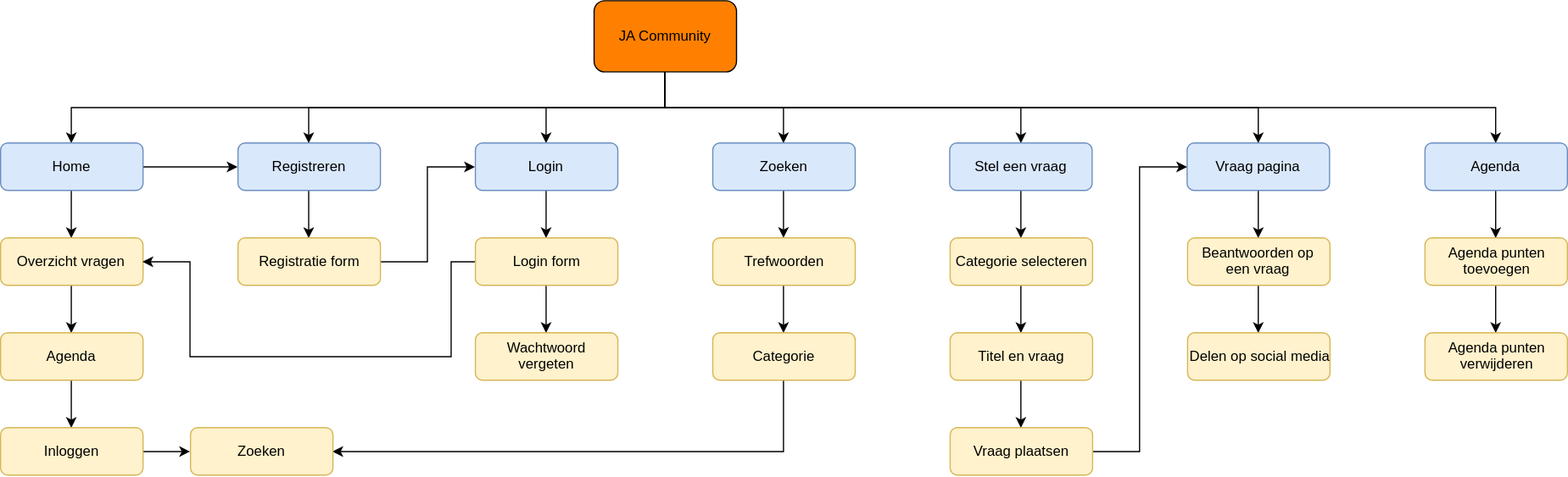
This is docs/Flowchart.svg from LimitedDani/My-Band-Project, a draw.io export, as it was before one commit. Source tidied: cells renumbered, new cells last; positions are measured from the earlier drawing's top-left corner, leaving out a move shared by most shapes.
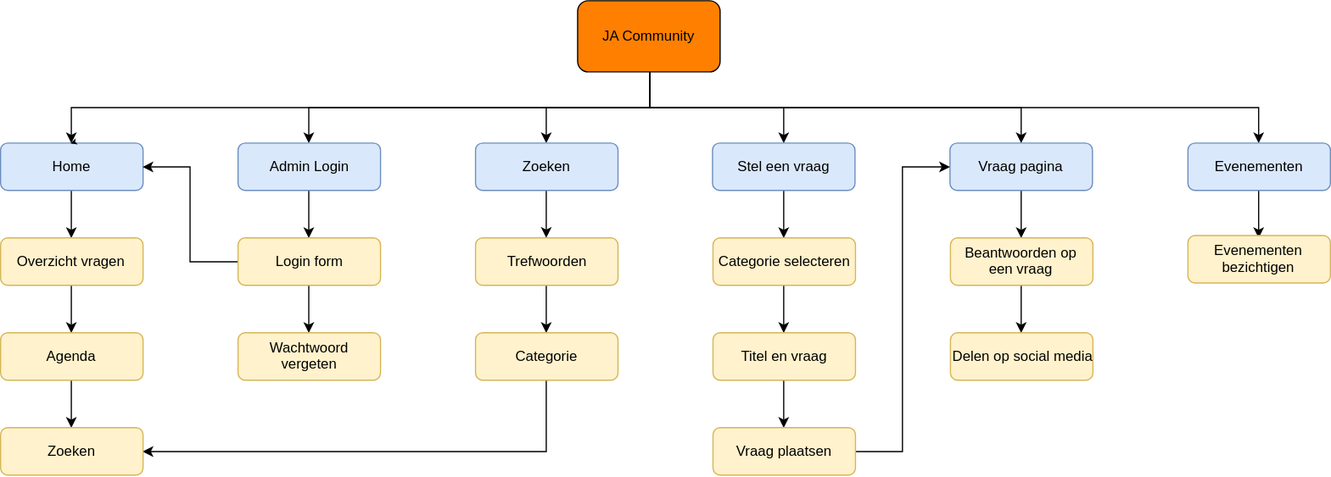
The same file after the commit.

Diff of the diagram source:
```diff
@@ -5,9 +5,6 @@
     <mxCell id="2" style="edgeStyle=orthogonalEdgeStyle;rounded=0;html=1;exitX=0.5;exitY=1;entryX=0.5;entryY=0;jettySize=auto;" parent="1" edge="1" source="9" target="12">
       <mxGeometry relative="1" as="geometry" />
     </mxCell>
-    <mxCell id="3" style="edgeStyle=orthogonalEdgeStyle;rounded=0;html=1;exitX=0.5;exitY=1;entryX=0.5;entryY=0;jettySize=auto;" parent="1" edge="1" source="9" target="14">
-      <mxGeometry relative="1" as="geometry" />
-    </mxCell>
     <mxCell id="4" style="edgeStyle=orthogonalEdgeStyle;rounded=0;html=1;exitX=0.5;exitY=1;entryX=0.5;entryY=0;jettySize=auto;" parent="1" edge="1" source="9" target="16">
       <mxGeometry relative="1" as="geometry" />
     </mxCell>
@@ -24,27 +21,18 @@
       <mxGeometry relative="1" as="geometry" />
     </mxCell>
     <mxCell id="9" value="JA Community" style="rounded=1;whiteSpace=wrap;html=1;fillColor=#FF8000;" parent="1" vertex="1">
-      <mxGeometry x="500" width="120" height="60" as="geometry" />
+      <mxGeometry x="686" width="120" height="60" as="geometry" />
     </mxCell>
     <mxCell id="10" style="edgeStyle=orthogonalEdgeStyle;rounded=0;html=1;exitX=0.5;exitY=1;entryX=0.5;entryY=0;jettySize=auto;" parent="1" edge="1" source="12" target="22">
       <mxGeometry relative="1" as="geometry" />
     </mxCell>
-    <mxCell id="11" style="edgeStyle=orthogonalEdgeStyle;rounded=0;html=1;exitX=1;exitY=0.5;entryX=0;entryY=0.5;jettySize=auto;" parent="1" edge="1" source="12" target="14">
-      <mxGeometry relative="1" as="geometry" />
-    </mxCell>
     <mxCell id="12" value="Home" style="rounded=1;whiteSpace=wrap;html=1;fillColor=#dae8fc;strokeColor=#6c8ebf;" parent="1" vertex="1">
-      <mxGeometry y="120" width="120" height="40" as="geometry" />
+      <mxGeometry x="200" y="120" width="120" height="40" as="geometry" />
     </mxCell>
-    <mxCell id="13" style="edgeStyle=orthogonalEdgeStyle;rounded=0;html=1;exitX=0.5;exitY=1;entryX=0.5;entryY=0;jettySize=auto;" parent="1" edge="1" source="14" target="28">
-      <mxGeometry relative="1" as="geometry" />
-    </mxCell>
-    <mxCell id="14" value="Registreren" style="rounded=1;whiteSpace=wrap;html=1;fillColor=#dae8fc;strokeColor=#6c8ebf;" parent="1" vertex="1">
-      <mxGeometry x="200" y="120" width="120" height="40" as="geometry" />
-    </mxCell>
     <mxCell id="15" style="edgeStyle=orthogonalEdgeStyle;rounded=0;html=1;entryX=0.5;entryY=0;jettySize=auto;" parent="1" edge="1" source="16" target="32">
       <mxGeometry relative="1" as="geometry" />
     </mxCell>
-    <mxCell id="16" value="Login" style="rounded=1;whiteSpace=wrap;html=1;fillColor=#dae8fc;strokeColor=#6c8ebf;" parent="1" vertex="1">
+    <mxCell id="16" value="Admin Login" style="rounded=1;whiteSpace=wrap;html=1;fillColor=#dae8fc;strokeColor=#6c8ebf;" parent="1" vertex="1">
       <mxGeometry x="400" y="120" width="120" height="40" as="geometry" />
     </mxCell>
     <mxCell id="17" style="edgeStyle=orthogonalEdgeStyle;rounded=0;html=1;exitX=0.5;exitY=1;jettySize=auto;" parent="1" edge="1" source="18" target="34">
@@ -63,42 +51,26 @@
       <mxGeometry relative="1" as="geometry" />
     </mxCell>
     <mxCell id="22" value="Overzicht vragen" style="rounded=1;whiteSpace=wrap;html=1;fillColor=#fff2cc;strokeColor=#d6b656;" parent="1" vertex="1">
-      <mxGeometry y="200" width="120" height="40" as="geometry" />
+      <mxGeometry x="200" y="200" width="120" height="40" as="geometry" />
     </mxCell>
-    <mxCell id="23" style="edgeStyle=orthogonalEdgeStyle;rounded=0;html=1;exitX=0.5;exitY=1;entryX=0.5;entryY=0;jettySize=auto;" parent="1" edge="1" source="24" target="26">
+    <mxCell id="23" style="edgeStyle=orthogonalEdgeStyle;rounded=0;html=1;exitX=0.5;exitY=1;entryX=0.5;entryY=0;jettySize=auto;" parent="1" edge="1" source="24" target="37">
       <mxGeometry relative="1" as="geometry" />
     </mxCell>
     <mxCell id="24" value="Agenda" style="rounded=1;whiteSpace=wrap;html=1;fillColor=#fff2cc;strokeColor=#d6b656;" parent="1" vertex="1">
-      <mxGeometry y="280" width="120" height="40" as="geometry" />
+      <mxGeometry x="200" y="280" width="120" height="40" as="geometry" />
     </mxCell>
-    <mxCell id="25" style="edgeStyle=orthogonalEdgeStyle;rounded=0;html=1;exitX=1;exitY=0.5;entryX=0;entryY=0.5;jettySize=auto;" parent="1" edge="1" source="26" target="37">
-      <mxGeometry relative="1" as="geometry" />
-    </mxCell>
-    <mxCell id="26" value="Inloggen" style="rounded=1;whiteSpace=wrap;html=1;fillColor=#fff2cc;strokeColor=#d6b656;" parent="1" vertex="1">
-      <mxGeometry y="360" width="120" height="40" as="geometry" />
-    </mxCell>
-    <mxCell id="27" style="edgeStyle=orthogonalEdgeStyle;rounded=0;html=1;exitX=1;exitY=0.5;entryX=0;entryY=0.5;jettySize=auto;" parent="1" edge="1" source="28" target="16">
-      <mxGeometry relative="1" as="geometry" />
-    </mxCell>
-    <mxCell id="28" value="Registratie form" style="rounded=1;whiteSpace=wrap;html=1;fillColor=#fff2cc;strokeColor=#d6b656;" parent="1" vertex="1">
-      <mxGeometry x="200" y="200" width="120" height="40" as="geometry" />
-    </mxCell>
-    <mxCell id="29" style="edgeStyle=orthogonalEdgeStyle;rounded=0;html=1;exitX=0.5;exitY=0;entryX=0.5;entryY=0;jettySize=auto;orthogonalLoop=1;" parent="1" edge="1" source="14" target="14">
-      <mxGeometry relative="1" as="geometry" />
+    <mxCell id="29" style="edgeStyle=orthogonalEdgeStyle;rounded=0;html=1;exitX=0.5;exitY=0;entryX=0.5;entryY=0;jettySize=auto;orthogonalLoop=1;" parent="1" edge="1">
+      <mxGeometry relative="1" as="geometry">
+        <mxPoint x="260" y="120" as="sourcePoint" />
+        <mxPoint x="260" y="120" as="targetPoint" />
+      </mxGeometry>
     </mxCell>
-    <mxCell id="30" style="edgeStyle=orthogonalEdgeStyle;rounded=0;html=1;exitX=0;exitY=0.5;entryX=1;entryY=0.5;jettySize=auto;" parent="1" edge="1" source="32" target="22">
-      <mxGeometry relative="1" as="geometry">
-        <Array as="points">
-          <mxPoint x="380" y="220" />
-          <mxPoint x="380" y="300" />
-          <mxPoint x="160" y="300" />
-          <mxPoint x="160" y="220" />
-        </Array>
-      </mxGeometry>
-    </mxCell>
     <mxCell id="31" style="edgeStyle=orthogonalEdgeStyle;rounded=0;html=1;exitX=0.5;exitY=1;entryX=0.5;entryY=0;jettySize=auto;" parent="1" edge="1" source="32" target="52">
       <mxGeometry relative="1" as="geometry" />
     </mxCell>
+    <mxCell id="56" style="edgeStyle=orthogonalEdgeStyle;rounded=0;html=1;exitX=0;exitY=0.5;entryX=1;entryY=0.5;jettySize=auto;" parent="1" edge="1" source="32" target="12">
+      <mxGeometry relative="1" as="geometry" />
+    </mxCell>
     <mxCell id="32" value="Login form" style="rounded=1;whiteSpace=wrap;html=1;fillColor=#fff2cc;strokeColor=#d6b656;" parent="1" vertex="1">
       <mxGeometry x="400" y="200" width="120" height="40" as="geometry" />
     </mxCell>
@@ -115,7 +87,7 @@
       <mxGeometry x="600" y="280" width="120" height="40" as="geometry" />
     </mxCell>
     <mxCell id="37" value="Zoeken" style="rounded=1;whiteSpace=wrap;html=1;fillColor=#fff2cc;strokeColor=#d6b656;" parent="1" vertex="1">
-      <mxGeometry x="160" y="360" width="120" height="40" as="geometry" />
+      <mxGeometry x="200" y="360" width="120" height="40" as="geometry" />
     </mxCell>
     <mxCell id="38" style="edgeStyle=orthogonalEdgeStyle;rounded=0;html=1;exitX=0.5;exitY=1;entryX=0.5;entryY=0;jettySize=auto;" parent="1" edge="1" source="39" target="41">
       <mxGeometry relative="1" as="geometry" />
@@ -153,23 +125,19 @@
     <mxCell id="49" style="edgeStyle=orthogonalEdgeStyle;rounded=0;html=1;exitX=0;exitY=0.5;entryX=0;entryY=0.5;jettySize=auto;orthogonalLoop=1;" parent="1" edge="1" source="32" target="32">
       <mxGeometry relative="1" as="geometry" />
     </mxCell>
-    <mxCell id="50" style="edgeStyle=orthogonalEdgeStyle;rounded=0;html=1;exitX=0.5;exitY=1;entryX=0.5;entryY=0;jettySize=auto;" parent="1" edge="1" source="51" target="54">
-      <mxGeometry relative="1" as="geometry" />
+    <mxCell id="50" style="edgeStyle=orthogonalEdgeStyle;rounded=0;html=1;exitX=0.5;exitY=1;entryX=0.5;entryY=0;jettySize=auto;" parent="1" edge="1" source="51">
+      <mxGeometry relative="1" as="geometry">
+        <mxPoint x="1259.6" y="200.1" as="targetPoint" />
+      </mxGeometry>
     </mxCell>
-    <mxCell id="51" value="Agenda" style="rounded=1;whiteSpace=wrap;html=1;fillColor=#dae8fc;strokeColor=#6c8ebf;" parent="1" vertex="1">
+    <mxCell id="51" value="Evenementen" style="rounded=1;whiteSpace=wrap;html=1;fillColor=#dae8fc;strokeColor=#6c8ebf;" parent="1" vertex="1">
       <mxGeometry x="1200" y="120" width="120" height="40" as="geometry" />
     </mxCell>
     <mxCell id="52" value="Wachtwoord&lt;div&gt;vergeten&lt;/div&gt;" style="rounded=1;whiteSpace=wrap;html=1;fillColor=#fff2cc;strokeColor=#d6b656;" parent="1" vertex="1">
       <mxGeometry x="400" y="280" width="120" height="40" as="geometry" />
     </mxCell>
-    <mxCell id="53" style="edgeStyle=orthogonalEdgeStyle;rounded=0;html=1;exitX=0.5;exitY=1;entryX=0.5;entryY=0;jettySize=auto;" parent="1" edge="1" source="54" target="55">
-      <mxGeometry relative="1" as="geometry" />
-    </mxCell>
-    <mxCell id="54" value="Agenda punten&lt;div&gt;toevoegen&lt;/div&gt;" style="rounded=1;whiteSpace=wrap;html=1;fillColor=#fff2cc;strokeColor=#d6b656;" parent="1" vertex="1">
-      <mxGeometry x="1200" y="200" width="120" height="40" as="geometry" />
-    </mxCell>
-    <mxCell id="55" value="Agenda punten&lt;div&gt;verwijderen&lt;/div&gt;" style="rounded=1;whiteSpace=wrap;html=1;fillColor=#fff2cc;strokeColor=#d6b656;" parent="1" vertex="1">
-      <mxGeometry x="1200" y="280" width="120" height="40" as="geometry" />
+    <mxCell id="55" value="Evenem&lt;span&gt;enten bezichtigen&lt;/span&gt;" style="rounded=1;whiteSpace=wrap;html=1;fillColor=#fff2cc;strokeColor=#d6b656;" parent="1" vertex="1">
+      <mxGeometry x="1200" y="198" width="120" height="40" as="geometry" />
     </mxCell>
   </root>
 </mxGraphModel>
```
